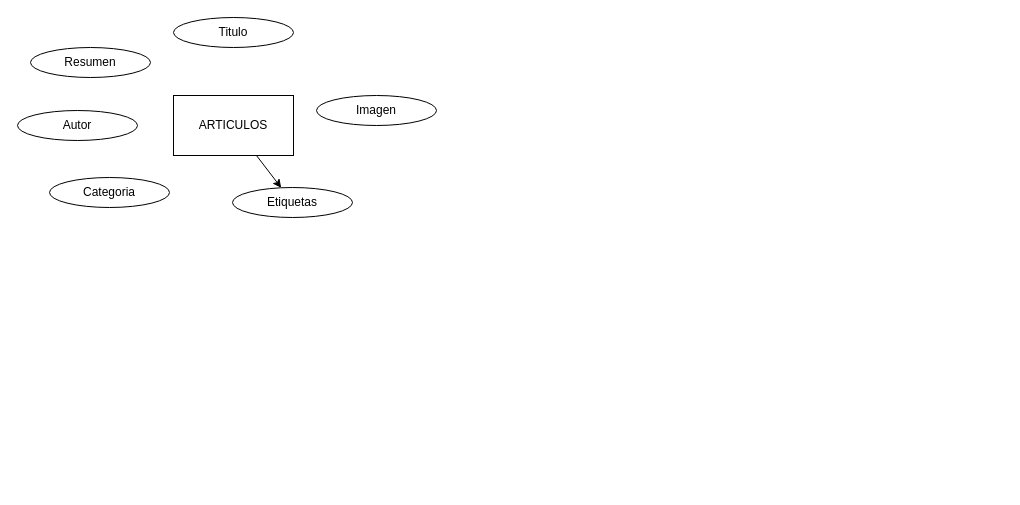
Above: sis base de datos.drawio in wild-wild/ModeloER-BD (draw.io), before the change. Source tidied: cells renumbered, new cells numbered last; positions are measured from the earlier drawing's top-left corner, leaving out a move shared by most shapes. Both pictures are drawn from the tidied source at 100%, with x=0, y=0 at pixel (17, 17).
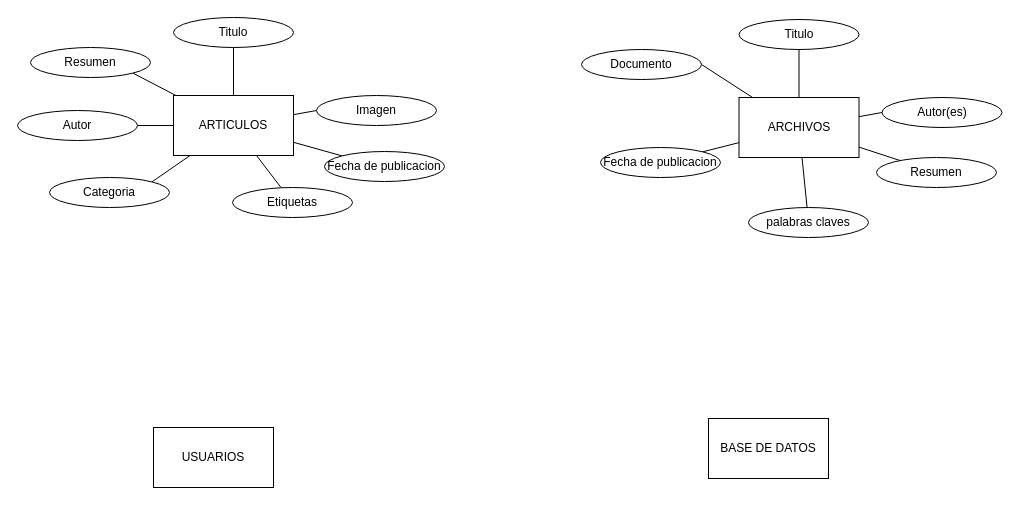
The same diagram, later.

What changed in the source:
```diff
@@
-    <mxCell id="2" style="rounded=0;jettySize=auto;html=1;" parent="1" edge="1" source="3" target="8">
+    <mxCell id="2" style="rounded=0;jettySize=auto;html=1;labelBackgroundColor=none;fontColor=default;startArrow=none;startFill=0;endArrow=none;endFill=0;" parent="1" edge="1" source="3" target="8">
       <mxGeometry relative="1" as="geometry" />
     </mxCell>
+    <mxCell id="10" style="edgeStyle=none;shape=connector;rounded=0;jettySize=auto;html=1;entryX=0;entryY=0.5;entryDx=0;entryDy=0;strokeColor=default;align=center;verticalAlign=middle;fontFamily=Helvetica;fontSize=11;fontColor=default;labelBackgroundColor=none;startArrow=none;startFill=0;endArrow=none;endFill=0;" parent="1" edge="1" source="3" target="9">
+      <mxGeometry relative="1" as="geometry" />
+    </mxCell>
+    <mxCell id="11" style="edgeStyle=none;shape=connector;rounded=0;jettySize=auto;html=1;entryX=0.5;entryY=1;entryDx=0;entryDy=0;strokeColor=default;align=center;verticalAlign=middle;fontFamily=Helvetica;fontSize=11;fontColor=default;labelBackgroundColor=none;startArrow=none;startFill=0;endArrow=none;endFill=0;" parent="1" edge="1" source="3" target="4">
+      <mxGeometry relative="1" as="geometry" />
+    </mxCell>
+    <mxCell id="12" style="edgeStyle=none;shape=connector;rounded=0;jettySize=auto;html=1;entryX=1;entryY=1;entryDx=0;entryDy=0;strokeColor=default;align=center;verticalAlign=middle;fontFamily=Helvetica;fontSize=11;fontColor=default;labelBackgroundColor=none;startArrow=none;startFill=0;endArrow=none;endFill=0;" parent="1" edge="1" source="3" target="5">
+      <mxGeometry relative="1" as="geometry" />
+    </mxCell>
+    <mxCell id="13" style="edgeStyle=none;shape=connector;rounded=0;jettySize=auto;html=1;entryX=1;entryY=0.5;entryDx=0;entryDy=0;strokeColor=default;align=center;verticalAlign=middle;fontFamily=Helvetica;fontSize=11;fontColor=default;labelBackgroundColor=none;startArrow=none;startFill=0;endArrow=none;endFill=0;" parent="1" edge="1" source="3" target="7">
+      <mxGeometry relative="1" as="geometry" />
+    </mxCell>
+    <mxCell id="14" style="edgeStyle=none;shape=connector;rounded=0;jettySize=auto;html=1;entryX=1;entryY=0;entryDx=0;entryDy=0;strokeColor=default;align=center;verticalAlign=middle;fontFamily=Helvetica;fontSize=11;fontColor=default;labelBackgroundColor=none;startArrow=none;startFill=0;endArrow=none;endFill=0;" parent="1" edge="1" source="3" target="6">
+      <mxGeometry relative="1" as="geometry" />
+    </mxCell>
+    <mxCell id="15" style="edgeStyle=none;shape=connector;rounded=0;jettySize=auto;html=1;entryX=0;entryY=0;entryDx=0;entryDy=0;strokeColor=default;align=center;verticalAlign=middle;fontFamily=Helvetica;fontSize=11;fontColor=default;labelBackgroundColor=none;startArrow=none;startFill=0;endArrow=none;endFill=0;" parent="1" edge="1" source="3" target="31">
+      <mxGeometry relative="1" as="geometry" />
+    </mxCell>
-    <mxCell id="3" value="ARTICULOS" style="rounded=0;whiteSpace=wrap;html=1;" parent="1" vertex="1">
+    <mxCell id="3" value="ARTICULOS" style="rounded=0;whiteSpace=wrap;html=1;labelBackgroundColor=none;" parent="1" vertex="1">
       <mxGeometry x="156" y="78" width="120" height="60" as="geometry" />
     </mxCell>
-    <mxCell id="4" value="Titulo" style="ellipse;whiteSpace=wrap;html=1;" parent="1" vertex="1">
+    <mxCell id="4" value="Titulo" style="ellipse;whiteSpace=wrap;html=1;rounded=0;labelBackgroundColor=none;" parent="1" vertex="1">
       <mxGeometry x="156" width="120" height="30" as="geometry" />
     </mxCell>
-    <mxCell id="5" value="Resumen" style="ellipse;whiteSpace=wrap;html=1;" parent="1" vertex="1">
+    <mxCell id="5" value="Resumen" style="ellipse;whiteSpace=wrap;html=1;rounded=0;labelBackgroundColor=none;" parent="1" vertex="1">
       <mxGeometry x="13" y="30" width="120" height="30" as="geometry" />
     </mxCell>
-    <mxCell id="6" value="Categoria" style="ellipse;whiteSpace=wrap;html=1;" parent="1" vertex="1">
+    <mxCell id="6" value="Categoria" style="ellipse;whiteSpace=wrap;html=1;rounded=0;labelBackgroundColor=none;" parent="1" vertex="1">
       <mxGeometry x="32" y="160" width="120" height="30" as="geometry" />
     </mxCell>
-    <mxCell id="7" value="Autor" style="ellipse;whiteSpace=wrap;html=1;" parent="1" vertex="1">
+    <mxCell id="7" value="Autor" style="ellipse;whiteSpace=wrap;html=1;rounded=0;labelBackgroundColor=none;" parent="1" vertex="1">
       <mxGeometry y="93" width="120" height="30" as="geometry" />
     </mxCell>
-    <mxCell id="8" value="Etiquetas" style="ellipse;whiteSpace=wrap;html=1;" parent="1" vertex="1">
+    <mxCell id="8" value="Etiquetas" style="ellipse;whiteSpace=wrap;html=1;rounded=0;labelBackgroundColor=none;" parent="1" vertex="1">
       <mxGeometry x="215" y="170" width="120" height="30" as="geometry" />
     </mxCell>
-    <mxCell id="9" value="Imagen" style="ellipse;whiteSpace=wrap;html=1;" parent="1" vertex="1">
+    <mxCell id="9" value="Imagen" style="ellipse;whiteSpace=wrap;html=1;rounded=0;labelBackgroundColor=none;" parent="1" vertex="1">
       <mxGeometry x="299" y="78" width="120" height="30" as="geometry" />
     </mxCell>
+    <mxCell id="16" style="rounded=0;jettySize=auto;html=1;labelBackgroundColor=none;fontColor=default;startArrow=none;startFill=0;endArrow=none;endFill=0;" parent="1" edge="1" source="22" target="25">
+      <mxGeometry relative="1" as="geometry" />
+    </mxCell>
+    <mxCell id="17" style="edgeStyle=none;shape=connector;rounded=0;jettySize=auto;html=1;entryX=0;entryY=0.5;entryDx=0;entryDy=0;strokeColor=default;align=center;verticalAlign=middle;fontFamily=Helvetica;fontSize=11;fontColor=default;labelBackgroundColor=none;startArrow=none;startFill=0;endArrow=none;endFill=0;" parent="1" edge="1" source="22" target="26">
+      <mxGeometry relative="1" as="geometry" />
+    </mxCell>
+    <mxCell id="18" style="edgeStyle=none;shape=connector;rounded=0;jettySize=auto;html=1;entryX=0.5;entryY=1;entryDx=0;entryDy=0;strokeColor=default;align=center;verticalAlign=middle;fontFamily=Helvetica;fontSize=11;fontColor=default;labelBackgroundColor=none;startArrow=none;startFill=0;endArrow=none;endFill=0;" parent="1" edge="1" source="22" target="23">
+      <mxGeometry relative="1" as="geometry" />
+    </mxCell>
+    <mxCell id="19" style="edgeStyle=none;shape=connector;rounded=0;jettySize=auto;html=1;entryX=1;entryY=0.5;entryDx=0;entryDy=0;strokeColor=default;align=center;verticalAlign=middle;fontFamily=Helvetica;fontSize=11;fontColor=default;labelBackgroundColor=none;startArrow=none;startFill=0;endArrow=none;endFill=0;" parent="1" edge="1" source="22" target="24">
+      <mxGeometry relative="1" as="geometry" />
+    </mxCell>
+    <mxCell id="20" style="edgeStyle=none;shape=connector;rounded=0;jettySize=auto;html=1;strokeColor=default;align=center;verticalAlign=middle;fontFamily=Helvetica;fontSize=11;fontColor=default;labelBackgroundColor=none;startArrow=none;startFill=0;endArrow=none;endFill=0;" parent="1" edge="1" source="22" target="29">
+      <mxGeometry relative="1" as="geometry" />
+    </mxCell>
+    <mxCell id="21" style="edgeStyle=none;shape=connector;rounded=0;jettySize=auto;html=1;strokeColor=default;align=center;verticalAlign=middle;fontFamily=Helvetica;fontSize=11;fontColor=default;labelBackgroundColor=none;startArrow=none;startFill=0;endArrow=none;endFill=0;" parent="1" edge="1" source="22" target="30">
+      <mxGeometry relative="1" as="geometry" />
+    </mxCell>
+    <mxCell id="22" value="ARCHIVOS" style="rounded=0;whiteSpace=wrap;html=1;labelBackgroundColor=none;" parent="1" vertex="1">
+      <mxGeometry x="721.5" y="80" width="120" height="60" as="geometry" />
+    </mxCell>
+    <mxCell id="23" value="Titulo" style="ellipse;whiteSpace=wrap;html=1;rounded=0;labelBackgroundColor=none;" parent="1" vertex="1">
+      <mxGeometry x="721.5" y="2" width="120" height="30" as="geometry" />
+    </mxCell>
+    <mxCell id="24" value="Documento" style="ellipse;whiteSpace=wrap;html=1;rounded=0;labelBackgroundColor=none;" parent="1" vertex="1">
+      <mxGeometry x="564" y="32" width="120" height="30" as="geometry" />
+    </mxCell>
+    <mxCell id="25" value="Fecha de publicacion" style="ellipse;whiteSpace=wrap;html=1;rounded=0;labelBackgroundColor=none;" parent="1" vertex="1">
+      <mxGeometry x="583" y="130" width="120" height="30" as="geometry" />
+    </mxCell>
+    <mxCell id="26" value="Autor(es)" style="ellipse;whiteSpace=wrap;html=1;rounded=0;labelBackgroundColor=none;" parent="1" vertex="1">
+      <mxGeometry x="864.5" y="80" width="120" height="30" as="geometry" />
+    </mxCell>
+    <mxCell id="27" value="USUARIOS" style="rounded=0;whiteSpace=wrap;html=1;labelBackgroundColor=none;" parent="1" vertex="1">
+      <mxGeometry x="136" y="410" width="120" height="60" as="geometry" />
+    </mxCell>
+    <mxCell id="28" value="BASE DE DATOS" style="rounded=0;whiteSpace=wrap;html=1;labelBackgroundColor=none;" parent="1" vertex="1">
+      <mxGeometry x="691" y="401" width="120" height="60" as="geometry" />
+    </mxCell>
+    <mxCell id="29" value="Resumen" style="ellipse;whiteSpace=wrap;html=1;rounded=0;labelBackgroundColor=none;" parent="1" vertex="1">
+      <mxGeometry x="859" y="140" width="120" height="30" as="geometry" />
+    </mxCell>
+    <mxCell id="30" value="palabras claves" style="ellipse;whiteSpace=wrap;html=1;rounded=0;labelBackgroundColor=none;" parent="1" vertex="1">
+      <mxGeometry x="731" y="190" width="120" height="30" as="geometry" />
+    </mxCell>
+    <mxCell id="31" value="Fecha de publicacion" style="ellipse;whiteSpace=wrap;html=1;rounded=0;labelBackgroundColor=none;" parent="1" vertex="1">
+      <mxGeometry x="307" y="134" width="120" height="30" as="geometry" />
+    </mxCell>
```
